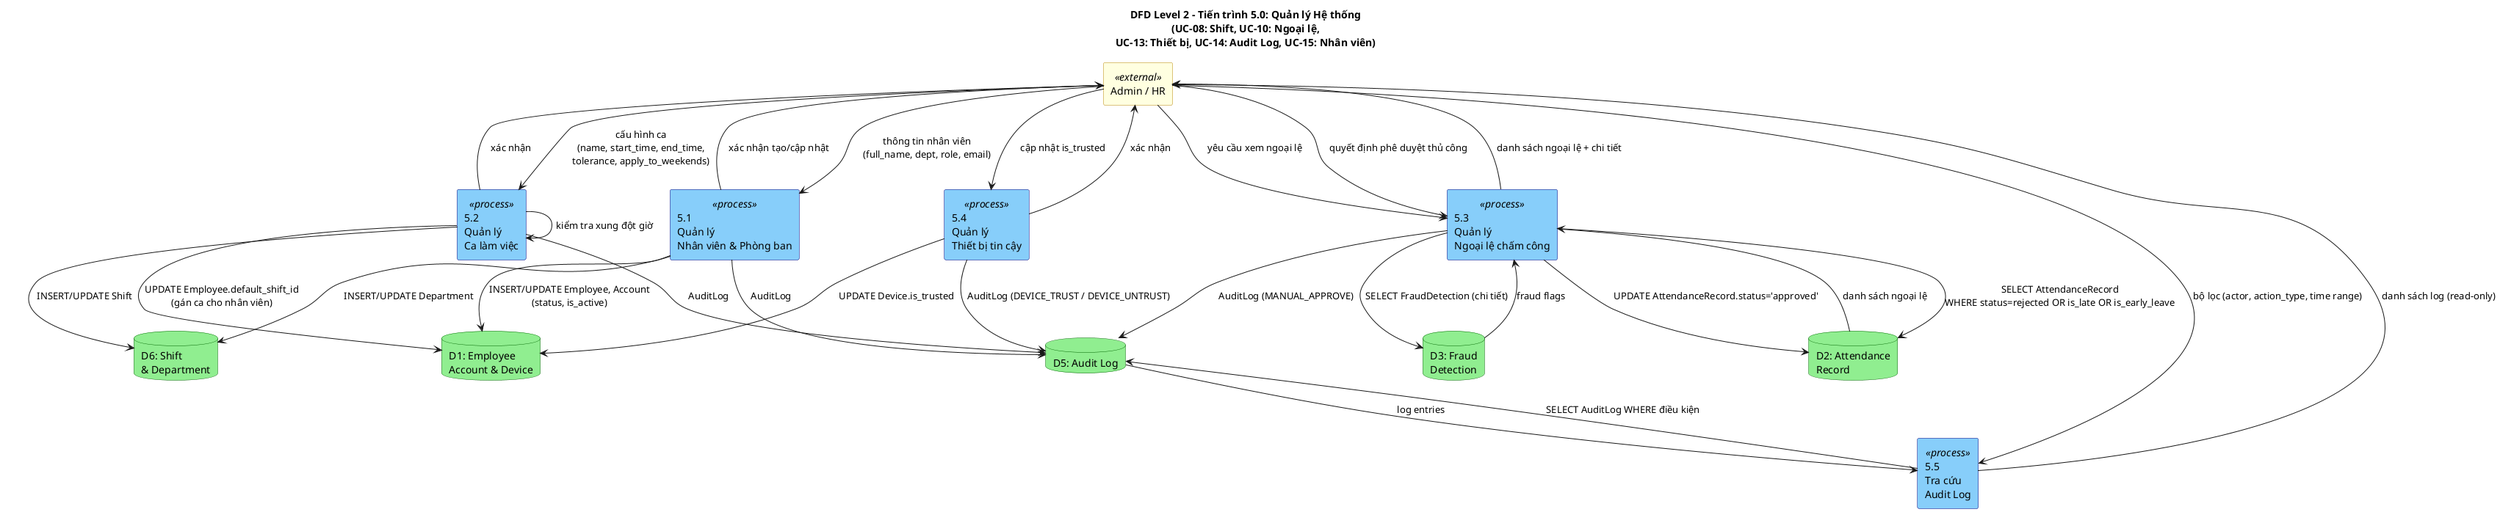
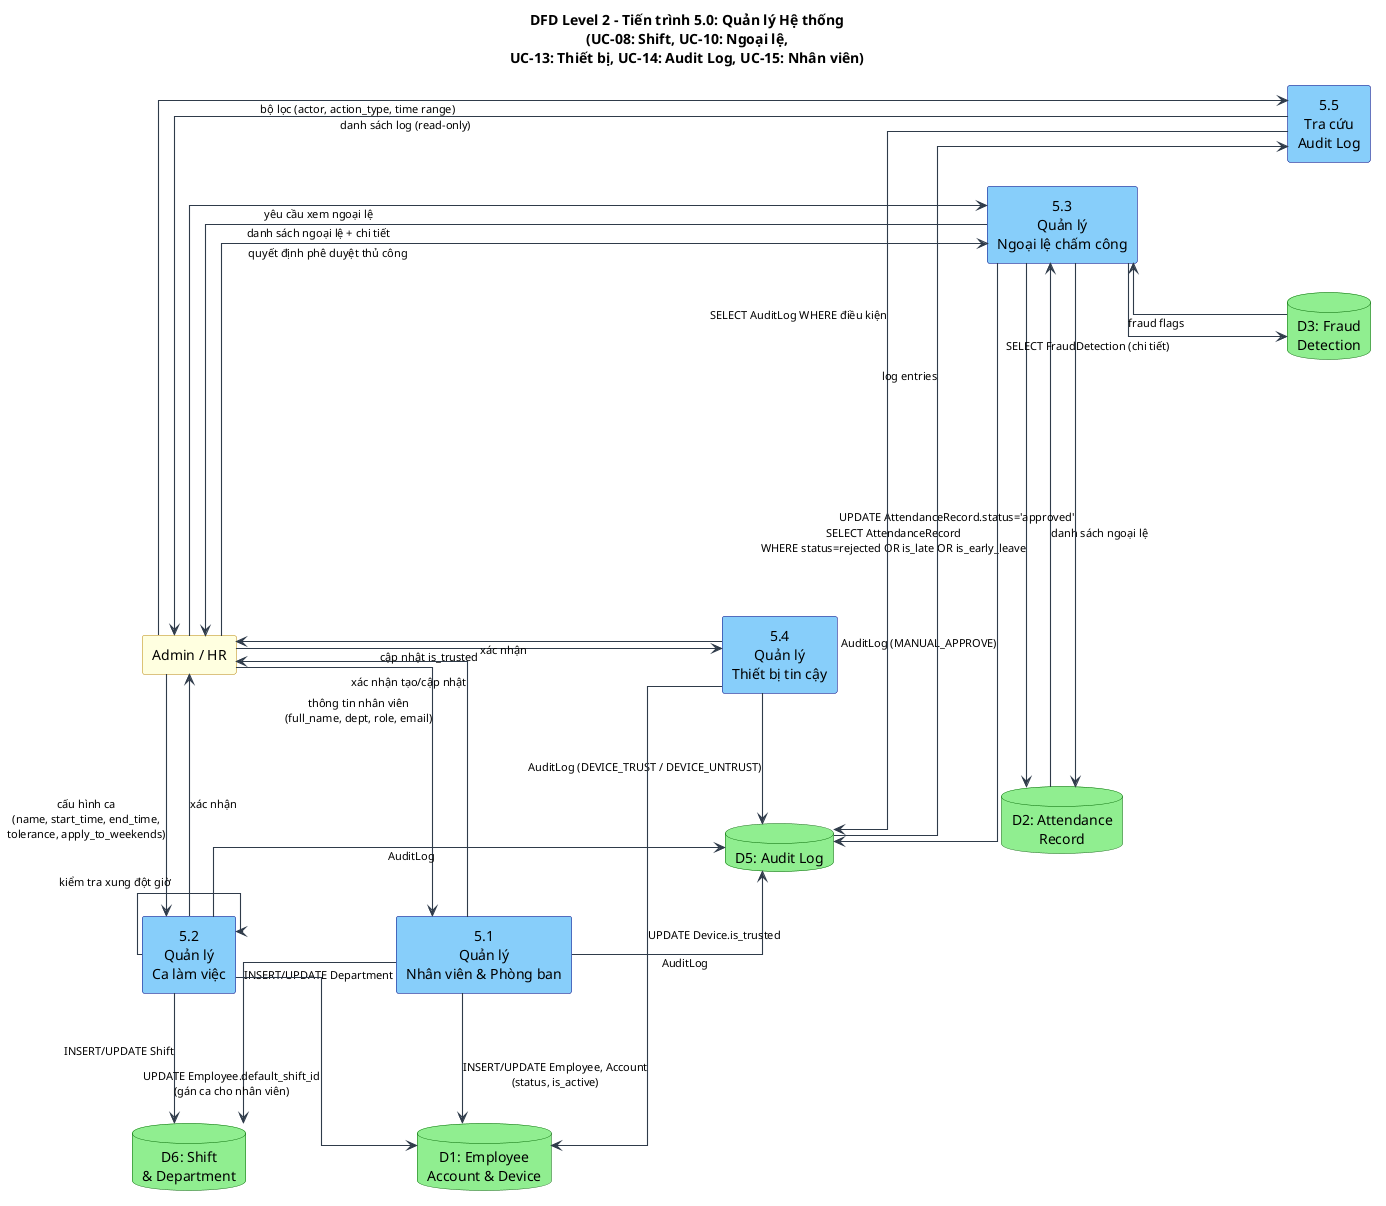
@startuml DFD_L2_SystemManagement
title DFD Level 2 – Tiến trình 5.0: Quản lý Hệ thống\n(UC-08: Shift, UC-10: Ngoại lệ,\nUC-13: Thiết bị, UC-14: Audit Log, UC-15: Nhân viên)
+ 
+ ' ===== Layout & readability =====
+ left to right direction
+ skinparam Shadowing false
+ skinparam linetype ortho
+ skinparam defaultTextAlignment center
+ skinparam ArrowColor #2F3B4A
+ skinparam ArrowThickness 1.1
+ skinparam ArrowFontSize 11
+ skinparam nodesep 130
+ skinparam ranksep 150
+ hide stereotype

skinparam rectangle {
  BackgroundColor<<external>> LightYellow
  BorderColor<<external>> DarkGoldenRod
}
skinparam rectangle {
  BackgroundColor<<process>> LightSkyBlue
  BorderColor<<process>> Navy
}
skinparam database {
  BackgroundColor LightGreen
  BorderColor DarkGreen
}

rectangle "Admin / HR" <<external>> as Admin

rectangle "5.1\nQuản lý\nNhân viên & Phòng ban" <<process>> as P51
rectangle "5.2\nQuản lý\nCa làm việc" <<process>> as P52
rectangle "5.3\nQuản lý\nNgoại lệ chấm công" <<process>> as P53
rectangle "5.4\nQuản lý\nThiết bị tin cậy" <<process>> as P54
rectangle "5.5\nTra cứu\nAudit Log" <<process>> as P55

database "D1: Employee\nAccount & Device" as D1
database "D2: Attendance\nRecord" as D2
database "D3: Fraud\nDetection" as D3
database "D5: Audit Log" as D5
database "D6: Shift\n& Department" as D6

+ ' ===== Position anchors (for cleaner layout) =====
+ Admin -[hidden]right-> P51
+ P52 -[hidden]down-> P51
+ P51 -[hidden]down-> P54
+ P54 -[hidden]down-> P53
+ P53 -[hidden]down-> P55
+ 
+ P52 -[hidden]right-> D6
+ P51 -[hidden]right-> D1
+ P54 -[hidden]right-> D5
+ P53 -[hidden]right-> D2
+ P55 -[hidden]right-> D3
+ 
+ D6 -[hidden]down-> D1
+ D1 -[hidden]down-> D5
+ D5 -[hidden]down-> D2
+ D2 -[hidden]down-> D3
+ 
' UC-15: Employee management
- Admin --> P51 : thông tin nhân viên\n(full_name, dept, role, email)
- P51 --> D1 : INSERT/UPDATE Employee, Account\n(status, is_active)
- P51 --> D6 : INSERT/UPDATE Department
- P51 --> D5 : AuditLog
- P51 --> Admin : xác nhận tạo/cập nhật
+ Admin -right-> P51 : thông tin nhân viên\n(full_name, dept, role, email)
+ P51 -right-> D1 : INSERT/UPDATE Employee, Account\n(status, is_active)
+ P51 -up-> D6 : INSERT/UPDATE Department
+ P51 -right-> D5 : AuditLog
+ P51 -left-> Admin : xác nhận tạo/cập nhật

' UC-08: Shift management
- Admin --> P52 : cấu hình ca\n(name, start_time, end_time,\ntolerance, apply_to_weekends)
+ Admin -right-> P52 : cấu hình ca\n(name, start_time, end_time,\ntolerance, apply_to_weekends)
P52 --> P52 : kiểm tra xung đột giờ
- P52 --> D6 : INSERT/UPDATE Shift
- P52 --> D1 : UPDATE Employee.default_shift_id\n(gán ca cho nhân viên)
- P52 --> D5 : AuditLog
- P52 --> Admin : xác nhận
+ P52 -right-> D6 : INSERT/UPDATE Shift
+ P52 -right-> D1 : UPDATE Employee.default_shift_id\n(gán ca cho nhân viên)
+ P52 -right-> D5 : AuditLog
+ P52 -left-> Admin : xác nhận

' UC-10: Exception management
- Admin --> P53 : yêu cầu xem ngoại lệ
- P53 --> D2 : SELECT AttendanceRecord\nWHERE status=rejected OR is_late OR is_early_leave
- D2 --> P53 : danh sách ngoại lệ
- P53 --> D3 : SELECT FraudDetection (chi tiết)
- D3 --> P53 : fraud flags
- P53 --> Admin : danh sách ngoại lệ + chi tiết
+ Admin -right-> P53 : yêu cầu xem ngoại lệ
+ P53 -right-> D2 : SELECT AttendanceRecord\nWHERE status=rejected OR is_late OR is_early_leave
+ D2 -left-> P53 : danh sách ngoại lệ
+ P53 -right-> D3 : SELECT FraudDetection (chi tiết)
+ D3 -left-> P53 : fraud flags
+ P53 -left-> Admin : danh sách ngoại lệ + chi tiết

- Admin --> P53 : quyết định phê duyệt thủ công
- P53 --> D2 : UPDATE AttendanceRecord.status='approved'
- P53 --> D5 : AuditLog (MANUAL_APPROVE)
+ Admin -right-> P53 : quyết định phê duyệt thủ công
+ P53 -right-> D2 : UPDATE AttendanceRecord.status='approved'
+ P53 -up-> D5 : AuditLog (MANUAL_APPROVE)

' UC-13: Device management
- Admin --> P54 : cập nhật is_trusted
- P54 --> D1 : UPDATE Device.is_trusted
- P54 --> D5 : AuditLog (DEVICE_TRUST / DEVICE_UNTRUST)
- P54 --> Admin : xác nhận
+ Admin -right-> P54 : cập nhật is_trusted
+ P54 -up-> D1 : UPDATE Device.is_trusted
+ P54 -right-> D5 : AuditLog (DEVICE_TRUST / DEVICE_UNTRUST)
+ P54 -left-> Admin : xác nhận

' UC-14: Audit log search
- Admin --> P55 : bộ lọc (actor, action_type, time range)
- P55 --> D5 : SELECT AuditLog WHERE điều kiện
- D5 --> P55 : log entries
- P55 --> Admin : danh sách log (read-only)
+ Admin -right-> P55 : bộ lọc (actor, action_type, time range)
+ P55 -up-> D5 : SELECT AuditLog WHERE điều kiện
+ D5 -down-> P55 : log entries
+ P55 -left-> Admin : danh sách log (read-only)

@enduml
